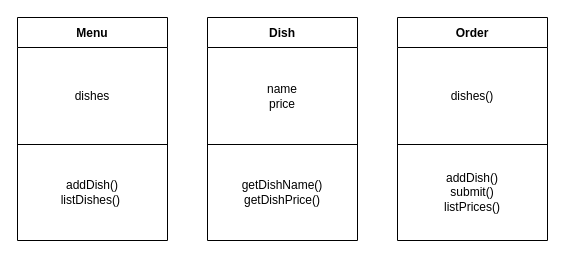
Above: diagrams/class_diagram.drawio in makersacademy/takeaway-challenge (draw.io), before the change. Source tidied: cells renumbered, new cells numbered last; positions are measured from the earlier drawing's top-left corner, leaving out a move shared by most shapes. Both pictures are drawn from the tidied source at 100%, with x=0, y=0 at pixel (17, 17).
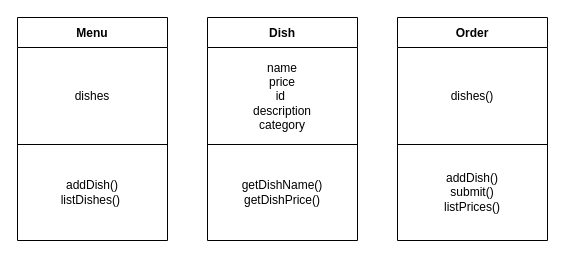
Above is the later version.

Change to the diagram source:
```diff
@@
 <mxGraphModel>
   <root>
     <mxCell id="0" />
     <mxCell id="1" parent="0" />
     <mxCell id="2" value="Menu" style="shape=table;startSize=30;childLayout=tableLayout;fontStyle=1;align=center;" parent="1" vertex="1">
       <mxGeometry width="150" height="223" as="geometry" />
     </mxCell>
     <mxCell id="3" style="shape=partialRectangle;html=1;whiteSpace=wrap;fillColor=none;top=0;left=0;bottom=0;right=0;" parent="2" vertex="1">
       <mxGeometry y="30" width="150" height="97" as="geometry" />
     </mxCell>
     <mxCell id="4" value="dishes" style="shape=partialRectangle;html=1;whiteSpace=wrap;fillColor=none;top=0;left=0;bottom=0;right=0;overflow=hidden;" parent="3" vertex="1">
       <mxGeometry width="150" height="97" as="geometry" />
     </mxCell>
     <mxCell id="5" style="shape=partialRectangle;html=1;whiteSpace=wrap;fillColor=none;top=0;left=0;bottom=0;right=0;" parent="2" vertex="1">
       <mxGeometry y="127" width="150" height="96" as="geometry" />
     </mxCell>
     <mxCell id="6" value="addDish()&lt;br&gt;listDishes()&amp;nbsp;" style="shape=partialRectangle;html=1;whiteSpace=wrap;fillColor=none;top=0;left=0;bottom=0;right=0;overflow=hidden;" parent="5" vertex="1">
       <mxGeometry width="150" height="96" as="geometry" />
     </mxCell>
     <mxCell id="7" value="Dish" style="shape=table;startSize=30;childLayout=tableLayout;fontStyle=1;align=center;" parent="1" vertex="1">
       <mxGeometry x="190" width="150" height="223" as="geometry" />
     </mxCell>
     <mxCell id="8" style="shape=partialRectangle;html=1;whiteSpace=wrap;fillColor=none;top=0;left=0;bottom=0;right=0;" parent="7" vertex="1">
       <mxGeometry y="30" width="150" height="97" as="geometry" />
     </mxCell>
-    <mxCell id="9" value="name&lt;br&gt;price&lt;br&gt;" style="shape=partialRectangle;html=1;whiteSpace=wrap;fillColor=none;top=0;left=0;bottom=0;right=0;overflow=hidden;" parent="8" vertex="1">
+    <mxCell id="9" value="name&lt;br&gt;price&lt;br&gt;id&amp;nbsp;&lt;br&gt;description&lt;br&gt;category" style="shape=partialRectangle;html=1;whiteSpace=wrap;fillColor=none;top=0;left=0;bottom=0;right=0;overflow=hidden;" parent="8" vertex="1">
       <mxGeometry width="150" height="97" as="geometry" />
     </mxCell>
     <mxCell id="10" style="shape=partialRectangle;html=1;whiteSpace=wrap;fillColor=none;top=0;left=0;bottom=0;right=0;" parent="7" vertex="1">
       <mxGeometry y="127" width="150" height="96" as="geometry" />
     </mxCell>
     <mxCell id="11" value="getDishName()&lt;br&gt;getDishPrice()" style="shape=partialRectangle;html=1;whiteSpace=wrap;fillColor=none;top=0;left=0;bottom=0;right=0;overflow=hidden;" parent="10" vertex="1">
       <mxGeometry width="150" height="96" as="geometry" />
     </mxCell>
     <mxCell id="12" value="Order" style="shape=table;startSize=30;childLayout=tableLayout;fontStyle=1;align=center;" parent="1" vertex="1">
       <mxGeometry x="380" width="150" height="223" as="geometry" />
     </mxCell>
     <mxCell id="13" style="shape=partialRectangle;html=1;whiteSpace=wrap;fillColor=none;top=0;left=0;bottom=0;right=0;" parent="12" vertex="1">
       <mxGeometry y="30" width="150" height="97" as="geometry" />
     </mxCell>
     <mxCell id="14" value="dishes()" style="shape=partialRectangle;html=1;whiteSpace=wrap;fillColor=none;top=0;left=0;bottom=0;right=0;overflow=hidden;" parent="13" vertex="1">
       <mxGeometry width="150" height="97" as="geometry" />
     </mxCell>
     <mxCell id="15" style="shape=partialRectangle;html=1;whiteSpace=wrap;fillColor=none;top=0;left=0;bottom=0;right=0;" parent="12" vertex="1">
       <mxGeometry y="127" width="150" height="96" as="geometry" />
     </mxCell>
     <mxCell id="16" value="addDish()&lt;br&gt;submit()&lt;br&gt;listPrices()" style="shape=partialRectangle;html=1;whiteSpace=wrap;fillColor=none;top=0;left=0;bottom=0;right=0;overflow=hidden;" parent="15" vertex="1">
       <mxGeometry width="150" height="96" as="geometry" />
     </mxCell>
   </root>
 </mxGraphModel>
```
